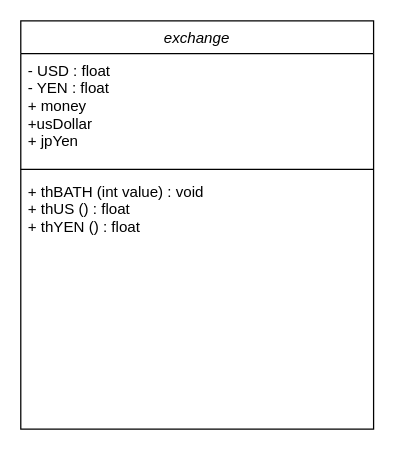
NutNaphop/CPlusplus_Learning_Jirawan keeps this draw.io diagram as yr2023/Feb/28_2_2023/Exchange/exchange.drawio. Above is the earlier version. Source tidied: cells renumbered, new cells numbered last; positions are measured from the earlier drawing's top-left corner, leaving out a move shared by most shapes. Both pictures are drawn from the tidied source at 126%, with x=0, y=0 at pixel (20, 20).
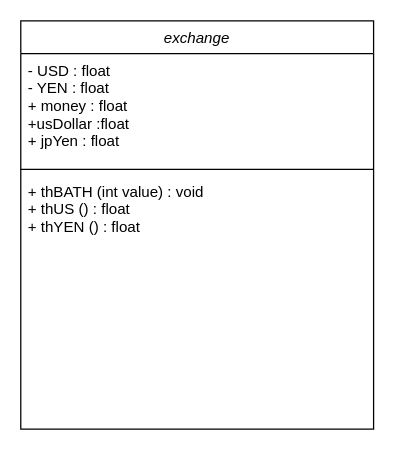
The same diagram, later.

The edit, as a diff of the source:
```diff
@@
 <mxGraphModel>
   <root>
     <mxCell id="0" />
     <mxCell id="1" parent="0" />
     <mxCell id="2" value="exchange" style="swimlane;fontStyle=2;align=center;verticalAlign=top;horizontal=1;startSize=26;rounded=0;shadow=0;strokeWidth=1;" parent="1" vertex="1">
       <mxGeometry width="280" height="324" as="geometry" />
     </mxCell>
-    <mxCell id="3" value="- USD : float&#10;- YEN : float&#10;+ money &#10;+usDollar &#10;+ jpYen" style="text;align=left;verticalAlign=top;spacingLeft=4;spacingRight=4;overflow=hidden;rounded=0;shadow=0;html=0;" parent="2" vertex="1">
+    <mxCell id="3" value="- USD : float&#10;- YEN : float&#10;+ money : float &#10;+usDollar :float&#10;+ jpYen : float" style="text;align=left;verticalAlign=top;spacingLeft=4;spacingRight=4;overflow=hidden;rounded=0;shadow=0;html=0;" parent="2" vertex="1">
       <mxGeometry y="26" width="280" height="88" as="geometry" />
     </mxCell>
     <mxCell id="4" style="line;html=1;strokeWidth=1;align=left;verticalAlign=middle;spacingTop=-1;spacingLeft=3;spacingRight=3;labelPosition=right;" parent="2" vertex="1">
       <mxGeometry y="114" width="280" height="8" as="geometry" />
     </mxCell>
     <mxCell id="5" value="+ thBATH (int value) : void&#10;+ thUS () : float&#10;+ thYEN () : float" style="text;align=left;verticalAlign=top;spacingLeft=4;spacingRight=4;overflow=hidden;" parent="2" vertex="1">
       <mxGeometry y="122" width="280" height="158" as="geometry" />
     </mxCell>
   </root>
 </mxGraphModel>
```
